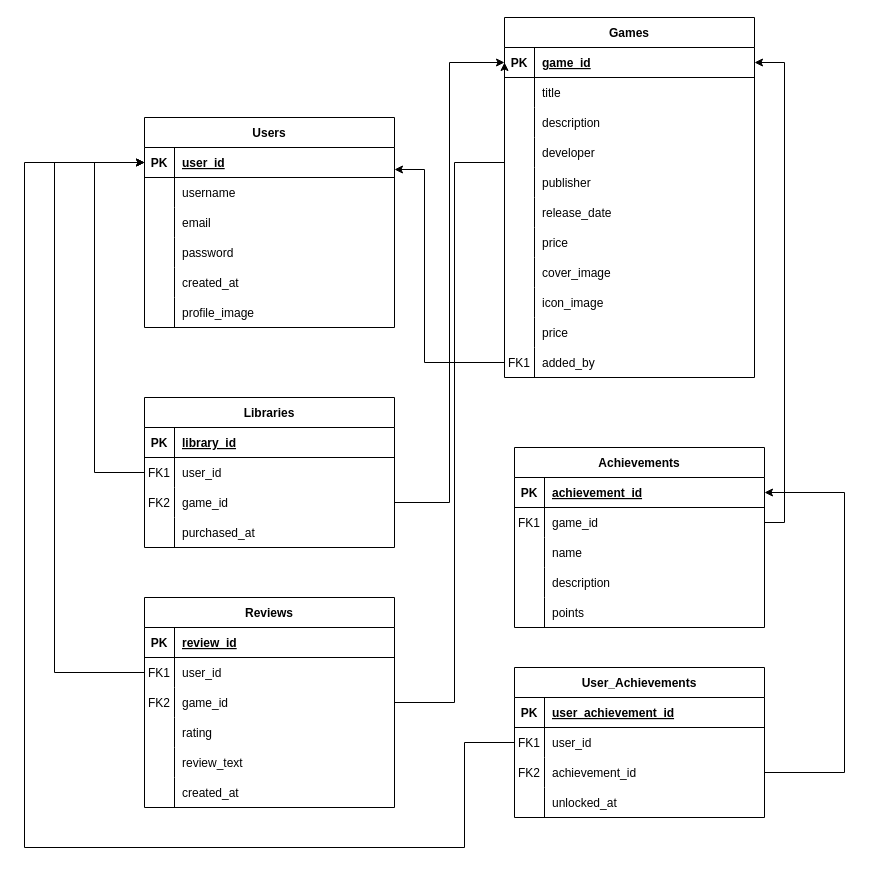
Before: relations.drawio in BaGreal2/steam-copy-server, a draw.io diagram. Source tidied: cells renumbered, new cells numbered last; positions are measured from the earlier drawing's top-left corner, leaving out a move shared by most shapes. Both pictures are drawn from the tidied source at 100%, with x=0, y=0 at pixel (24, 17).
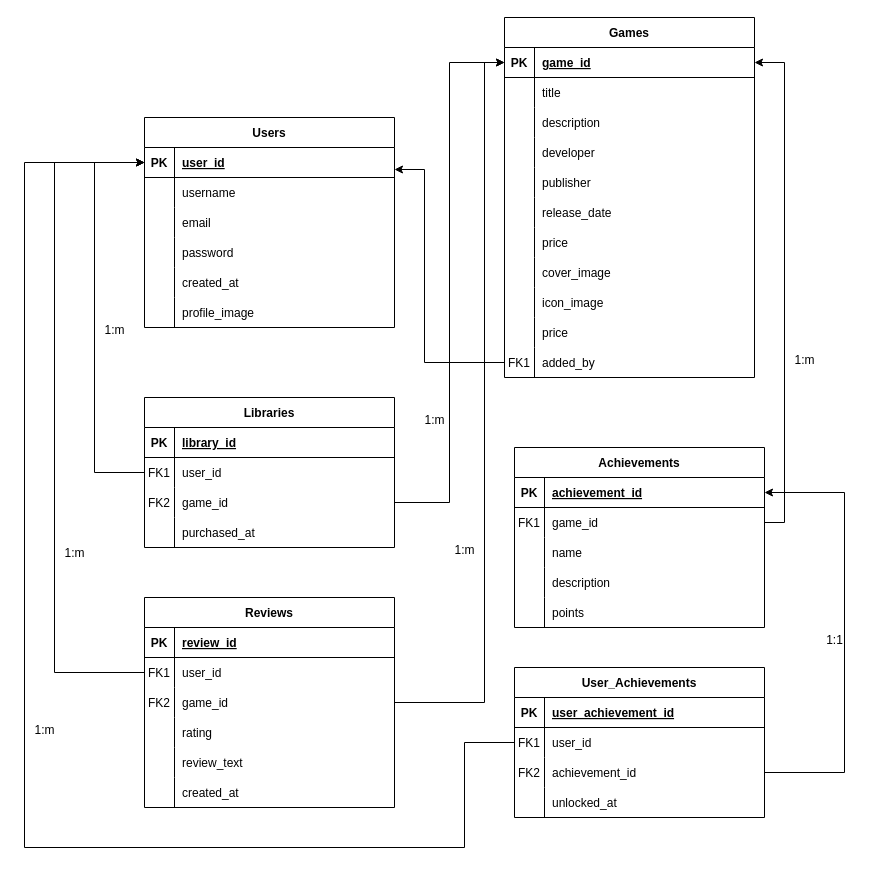
The same page after the edit.

Commit message (it also covers changes not shown here):
feat: add relations types

Unchanged cells that the change refers to:
```xml
<mxCell id="3" style="shape=partialRectangle;fillColor=none;points=[[0,0.5],[1,0.5]];portConstraint=eastwest;top=0;left=0;right=0;bottom=1;" parent="2" vertex="1">
  <mxGeometry y="30" width="250" height="30" as="geometry" />
</mxCell>
<mxCell id="77" style="shape=partialRectangle;fillColor=none;points=[[0,0.5],[1,0.5]];portConstraint=eastwest;top=0;left=0;right=0;bottom=0;" parent="70" vertex="1">
  <mxGeometry y="90" width="250" height="30" as="geometry" />
</mxCell>
```

Change to the diagram source:
```diff
@@
     <mxCell id="90" style="edgeStyle=orthogonalEdgeStyle;rounded=0;jettySize=auto;html=1;exitX=1;exitY=0.5;exitDx=0;exitDy=0;entryX=0;entryY=0.5;entryDx=0;entryDy=0;" parent="1" edge="1" source="77" target="3">
       <mxGeometry relative="1" as="geometry">
         <Array as="points">
-          <mxPoint x="430" y="685" />
-          <mxPoint x="430" y="145" />
+          <mxPoint x="460" y="685" />
+          <mxPoint x="460" y="45" />
         </Array>
       </mxGeometry>
     </mxCell>
@@
+    <mxCell id="124" value="1:m" style="text;html=1;align=center;verticalAlign=middle;strokeColor=none;fillColor=none;" parent="1" vertex="1">
+      <mxGeometry x="70" y="298" width="40" height="30" as="geometry" />
+    </mxCell>
+    <mxCell id="125" value="&lt;div&gt;1:m&lt;/div&gt;&lt;div&gt;&lt;br&gt;&lt;/div&gt;" style="text;html=1;align=center;verticalAlign=middle;strokeColor=none;fillColor=none;" parent="1" vertex="1">
+      <mxGeometry x="30" y="523" width="40" height="40" as="geometry" />
+    </mxCell>
+    <mxCell id="126" value="1:m" style="text;html=1;align=center;verticalAlign=middle;strokeColor=none;fillColor=none;" parent="1" vertex="1">
+      <mxGeometry y="698" width="40" height="30" as="geometry" />
+    </mxCell>
+    <mxCell id="127" value="1:1" style="text;html=1;align=center;verticalAlign=middle;strokeColor=none;fillColor=none;" parent="1" vertex="1">
+      <mxGeometry x="790" y="608" width="40" height="30" as="geometry" />
+    </mxCell>
+    <mxCell id="128" value="1:m" style="text;html=1;align=center;verticalAlign=middle;strokeColor=none;fillColor=none;" parent="1" vertex="1">
+      <mxGeometry x="760" y="328" width="40" height="30" as="geometry" />
+    </mxCell>
+    <mxCell id="129" value="1:m" style="text;html=1;align=center;verticalAlign=middle;strokeColor=none;fillColor=none;" parent="1" vertex="1">
+      <mxGeometry x="390" y="388" width="40" height="30" as="geometry" />
+    </mxCell>
+    <mxCell id="130" value="1:m" style="text;html=1;align=center;verticalAlign=middle;strokeColor=none;fillColor=none;" parent="1" vertex="1">
+      <mxGeometry x="420" y="518" width="40" height="30" as="geometry" />
+    </mxCell>
```
